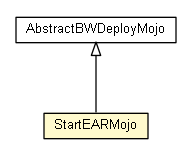
fastconnect/tibco-factory keeps this Graphviz diagram as bw-maven-plugin/apidocs/fr/fastconnect/factory/tibco/bw/maven/deployment/StartEARMojo.png. Above is the earlier version. Its source is kept beside it as bw-maven-plugin/apidocs/fr/fastconnect/factory/tibco/bw/maven/deployment/StartEARMojo.dot.
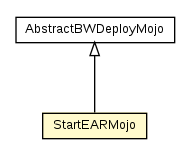
Later version of the same file.

Change to the diagram source:
```diff
@@ -1,18 +1,18 @@
 
 digraph G {
-	edge [fontname="arial",fontsize=10,labelfontname="arial",labelfontsize=10];
-	node [fontname="arial",fontsize=10,shape=plaintext];
+	edge [fontname="Helvetica",fontsize=10,labelfontname="Helvetica",labelfontsize=10];
+	node [fontname="Helvetica",fontsize=10,shape=plaintext];
 	nodesep=0.25;
 	ranksep=0.5;
-	c3925 [label=<<table title="fr.fastconnect.factory.tibco.bw.maven.deployment.StartEARMojo" border="0" cellborder="1" cellspacing="0" cellpadding="2" port="p" bgcolor="lemonChiffon" href="./StartEARMojo.html">
+	c4194 [label=<<table title="fr.fastconnect.factory.tibco.bw.maven.deployment.StartEARMojo" border="0" cellborder="1" cellspacing="0" cellpadding="2" port="p" bgcolor="lemonChiffon" href="./StartEARMojo.html">
 		<tr><td><table border="0" cellspacing="0" cellpadding="1">
 <tr><td align="center" balign="center"> StartEARMojo </td></tr>
 		</table></td></tr>
-		</table>>, URL="./StartEARMojo.html", fontname="arial", fontcolor="black", fontsize=10.0];
-	c3930 [label=<<table title="fr.fastconnect.factory.tibco.bw.maven.deployment.AbstractBWDeployMojo" border="0" cellborder="1" cellspacing="0" cellpadding="2" port="p" href="./AbstractBWDeployMojo.html">
+		</table>>, URL="./StartEARMojo.html", fontname="Helvetica", fontcolor="black", fontsize=10.0];
+	c4199 [label=<<table title="fr.fastconnect.factory.tibco.bw.maven.deployment.AbstractBWDeployMojo" border="0" cellborder="1" cellspacing="0" cellpadding="2" port="p" href="./AbstractBWDeployMojo.html">
 		<tr><td><table border="0" cellspacing="0" cellpadding="1">
 <tr><td align="center" balign="center"> AbstractBWDeployMojo </td></tr>
 		</table></td></tr>
-		</table>>, URL="./AbstractBWDeployMojo.html", fontname="arial", fontcolor="black", fontsize=10.0];
-	c3930:p -> c3925:p [dir=back,arrowtail=empty];
+		</table>>, URL="./AbstractBWDeployMojo.html", fontname="Helvetica", fontcolor="black", fontsize=10.0];
+	c4199:p -> c4194:p [dir=back,arrowtail=empty];
 }
```
